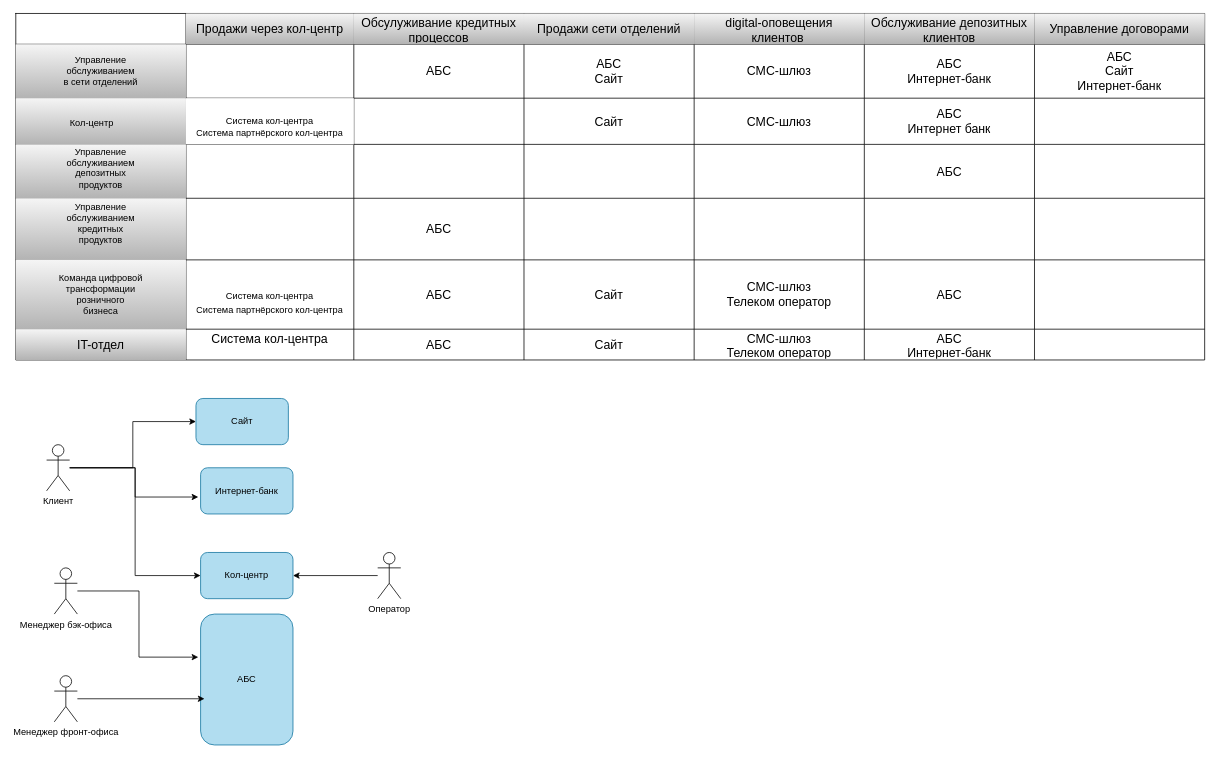
Above: Task1/it-landscape.drawio in vbaglay/architecture-standart (draw.io), before the change. Source tidied: cells renumbered, new cells numbered last; positions are measured from the earlier drawing's top-left corner, leaving out a move shared by most shapes. Both pictures are drawn from the tidied source at 77%, with x=0, y=0 at pixel (15, 13).
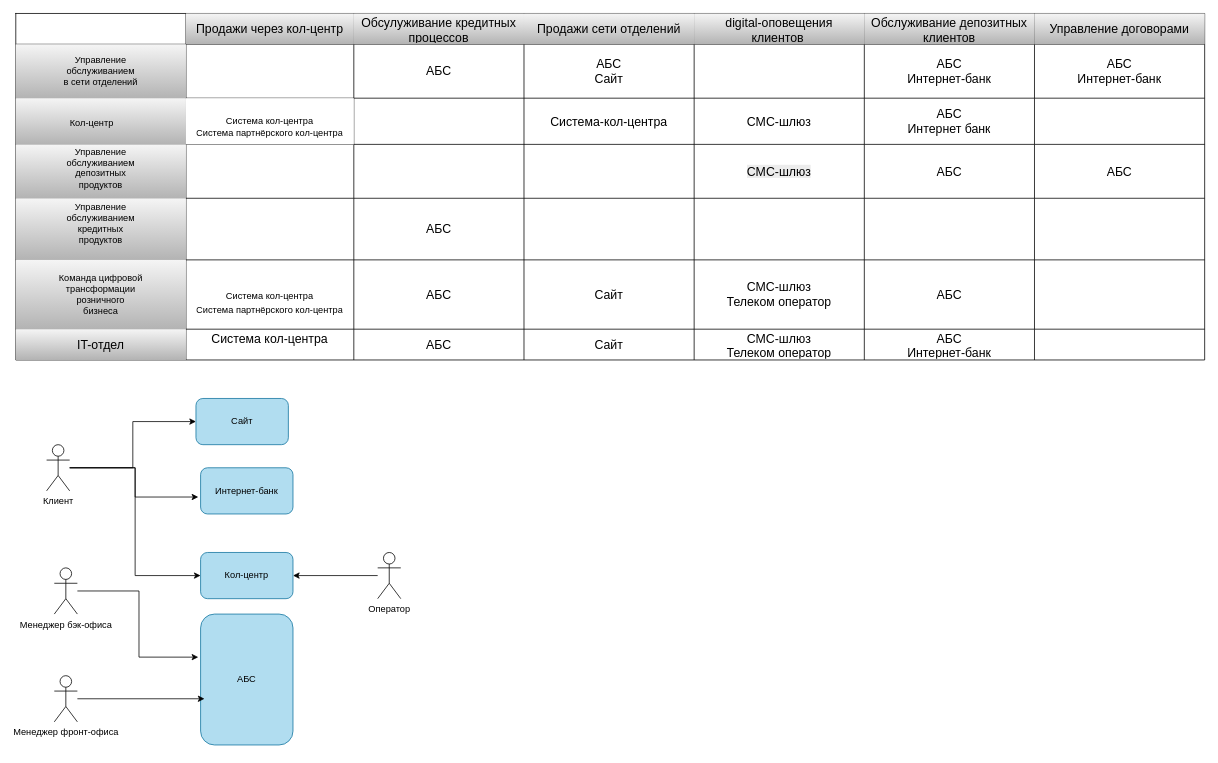
The same diagram, later.

Unchanged cells that the change refers to:
```xml
<mxCell id="11" style="shape=tableRow;horizontal=0;startSize=0;swimlaneHead=0;swimlaneBody=0;strokeColor=inherit;top=0;left=0;bottom=0;right=0;fillColor=none;fontSize=16;spacing=0;" parent="2" vertex="1">
  <mxGeometry y="40" width="1544" height="70" as="geometry" />
</mxCell>
<mxCell id="19" style="shape=tableRow;horizontal=0;startSize=0;swimlaneHead=0;swimlaneBody=0;strokeColor=inherit;top=0;left=0;bottom=0;right=0;fillColor=none;fontSize=16;" parent="2" vertex="1">
  <mxGeometry y="110" width="1544" height="60" as="geometry" />
</mxCell>
<mxCell id="27" style="shape=tableRow;horizontal=0;startSize=0;swimlaneHead=0;swimlaneBody=0;strokeColor=inherit;top=0;left=0;bottom=0;right=0;fillColor=none;fontSize=16;" parent="2" vertex="1">
  <mxGeometry y="170" width="1544" height="70" as="geometry" />
</mxCell>
```

Diff of the diagram source:
```diff
@@
-    <mxCell id="15" value="АБС&lt;div&gt;Сайт&lt;/div&gt;" style="shape=partialRectangle;html=1;whiteSpace=wrap;strokeColor=inherit;overflow=hidden;fillColor=none;top=0;left=0;bottom=0;right=0;fontSize=16;" parent="11" vertex="1">
+    <mxCell id="15" value="АБС&lt;br&gt;&lt;div&gt;Сайт&lt;/div&gt;" style="shape=partialRectangle;html=1;whiteSpace=wrap;strokeColor=inherit;overflow=hidden;fillColor=none;top=0;left=0;bottom=0;right=0;fontSize=16;" parent="11" vertex="1">
       <mxGeometry x="660" width="221" height="70" as="geometry" />
     </mxCell>
-    <mxCell id="16" value="СМС-шлюз" style="shape=partialRectangle;html=1;whiteSpace=wrap;strokeColor=inherit;overflow=hidden;fillColor=none;top=0;left=0;bottom=0;right=0;fontSize=16;" parent="11" vertex="1">
+    <mxCell id="16" style="shape=partialRectangle;html=1;whiteSpace=wrap;strokeColor=inherit;overflow=hidden;fillColor=none;top=0;left=0;bottom=0;right=0;fontSize=16;" parent="11" vertex="1">
       <mxGeometry x="881" width="221" height="70" as="geometry" />
     </mxCell>
@@
-    <mxCell id="18" value="АБС&lt;div&gt;Сайт&lt;br&gt;Интернет-банк&lt;/div&gt;" style="shape=partialRectangle;html=1;whiteSpace=wrap;strokeColor=inherit;overflow=hidden;fillColor=none;top=0;left=0;bottom=0;right=0;fontSize=16;" parent="11" vertex="1">
+    <mxCell id="18" value="АБС&lt;div&gt;Интернет-банк&lt;/div&gt;" style="shape=partialRectangle;html=1;whiteSpace=wrap;strokeColor=inherit;overflow=hidden;fillColor=none;top=0;left=0;bottom=0;right=0;fontSize=16;" parent="11" vertex="1">
       <mxGeometry x="1323" width="221" height="70" as="geometry" />
     </mxCell>
@@
-    <mxCell id="23" value="Сайт" style="shape=partialRectangle;html=1;whiteSpace=wrap;strokeColor=inherit;overflow=hidden;fillColor=none;top=0;left=0;bottom=0;right=0;fontSize=16;" parent="19" vertex="1">
+    <mxCell id="23" value="Система-кол-центра" style="shape=partialRectangle;html=1;whiteSpace=wrap;strokeColor=inherit;overflow=hidden;fillColor=none;top=0;left=0;bottom=0;right=0;fontSize=16;" parent="19" vertex="1">
       <mxGeometry x="660" width="221" height="60" as="geometry" />
     </mxCell>
@@
-    <mxCell id="32" style="shape=partialRectangle;html=1;whiteSpace=wrap;strokeColor=inherit;overflow=hidden;fillColor=none;top=0;left=0;bottom=0;right=0;fontSize=16;" parent="27" vertex="1">
+    <mxCell id="32" value="&lt;span style=&quot;color: rgb(0, 0, 0); font-family: Helvetica; font-size: 16px; font-style: normal; font-variant-ligatures: normal; font-variant-caps: normal; font-weight: 400; letter-spacing: normal; orphans: 2; text-align: center; text-indent: 0px; text-transform: none; widows: 2; word-spacing: 0px; -webkit-text-stroke-width: 0px; white-space: normal; background-color: rgb(236, 236, 236); text-decoration-thickness: initial; text-decoration-style: initial; text-decoration-color: initial; display: inline !important; float: none;&quot;&gt;СМС-шлюз&lt;/span&gt;" style="shape=partialRectangle;html=1;whiteSpace=wrap;strokeColor=inherit;overflow=hidden;fillColor=none;top=0;left=0;bottom=0;right=0;fontSize=16;" parent="27" vertex="1">
       <mxGeometry x="881" width="221" height="70" as="geometry" />
     </mxCell>
@@
-    <mxCell id="34" style="shape=partialRectangle;html=1;whiteSpace=wrap;strokeColor=inherit;overflow=hidden;fillColor=none;top=0;left=0;bottom=0;right=0;fontSize=16;" parent="27" vertex="1">
+    <mxCell id="34" value="АБС" style="shape=partialRectangle;html=1;whiteSpace=wrap;strokeColor=inherit;overflow=hidden;fillColor=none;top=0;left=0;bottom=0;right=0;fontSize=16;" parent="27" vertex="1">
       <mxGeometry x="1323" width="221" height="70" as="geometry" />
     </mxCell>
```
